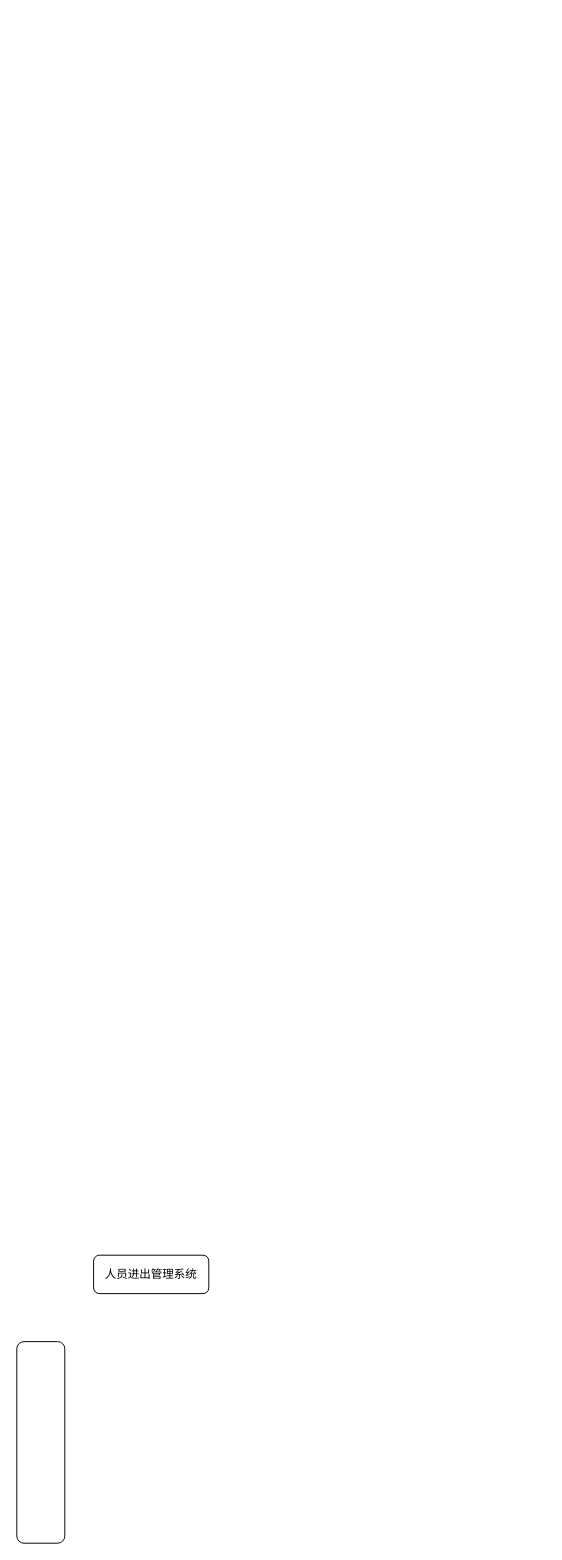
The draw.io diagram 校园人员进出管理系统.drawio in redcomet88/DRAW, before the edit. Source tidied: cells renumbered, new cells numbered last; positions are measured from the earlier drawing's top-left corner, leaving out a move shared by most shapes. Both pictures are drawn from the tidied source at 96%, with x=0, y=0 at pixel (16, 1255).
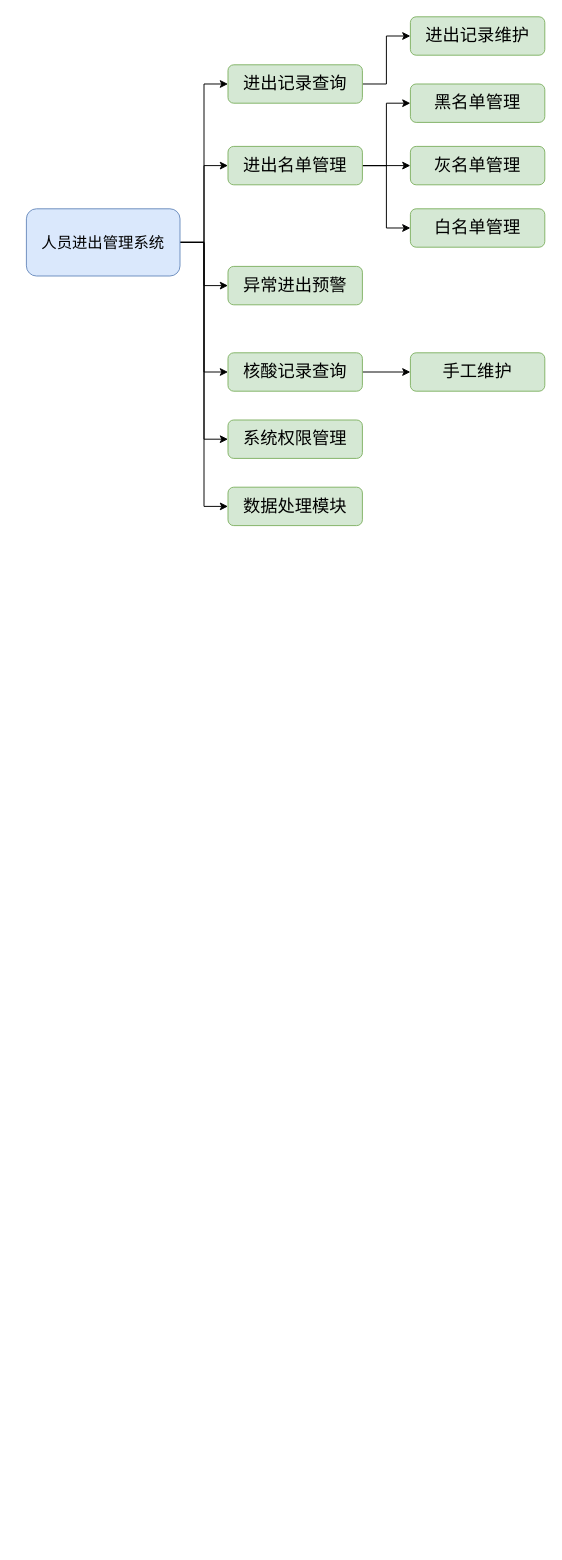
The same diagram, later.

Commit message (it also covers changes not shown here):
Update 校园人员进出管理系统.drawio

The edit, as a diff of the source:
```diff
@@
+    <mxCell id="4" style="edgeStyle=orthogonalEdgeStyle;rounded=0;jettySize=auto;html=1;exitX=1;exitY=0.5;exitDx=0;exitDy=0;entryX=0;entryY=0.5;entryDx=0;entryDy=0;fontSize=18;" parent="1" edge="1" source="2" target="3">
+      <mxGeometry relative="1" as="geometry" />
+    </mxCell>
+    <mxCell id="5" style="edgeStyle=orthogonalEdgeStyle;rounded=0;jettySize=auto;html=1;exitX=1;exitY=0.5;exitDx=0;exitDy=0;entryX=0;entryY=0.5;entryDx=0;entryDy=0;fontSize=18;" parent="1" edge="1" source="2" target="15">
+      <mxGeometry relative="1" as="geometry" />
+    </mxCell>
+    <mxCell id="6" style="edgeStyle=orthogonalEdgeStyle;rounded=0;jettySize=auto;html=1;exitX=1;exitY=0.5;exitDx=0;exitDy=0;entryX=0;entryY=0.5;entryDx=0;entryDy=0;fontSize=18;" parent="1" edge="1" source="2" target="16">
+      <mxGeometry relative="1" as="geometry" />
+    </mxCell>
+    <mxCell id="7" style="edgeStyle=orthogonalEdgeStyle;rounded=0;jettySize=auto;html=1;exitX=1;exitY=0.5;exitDx=0;exitDy=0;entryX=0;entryY=0.5;entryDx=0;entryDy=0;fontSize=18;" parent="1" edge="1" source="2" target="21">
+      <mxGeometry relative="1" as="geometry" />
+    </mxCell>
+    <mxCell id="8" style="edgeStyle=orthogonalEdgeStyle;rounded=0;jettySize=auto;html=1;exitX=1;exitY=0.5;exitDx=0;exitDy=0;entryX=0;entryY=0.5;entryDx=0;entryDy=0;fontSize=18;" parent="1" edge="1" source="2" target="22">
+      <mxGeometry relative="1" as="geometry" />
+    </mxCell>
+    <mxCell id="9" style="edgeStyle=orthogonalEdgeStyle;rounded=0;jettySize=auto;html=1;exitX=1;exitY=0.5;exitDx=0;exitDy=0;entryX=0;entryY=0.5;entryDx=0;entryDy=0;fontSize=18;" parent="1" edge="1" source="2" target="24">
+      <mxGeometry relative="1" as="geometry" />
+    </mxCell>
-    <mxCell id="2" value="人员进出管理系统" style="rounded=1;whiteSpace=wrap;html=1;" parent="1" vertex="1">
-      <mxGeometry x="80" width="120" height="40" as="geometry" />
+    <mxCell id="2" value="人员进出管理系统" style="rounded=1;whiteSpace=wrap;html=1;fontSize=16;fillColor=#dae8fc;strokeColor=#6c8ebf;" parent="1" vertex="1">
+      <mxGeometry x="10" y="-1090" width="160" height="70" as="geometry" />
     </mxCell>
+    <mxCell id="10" style="edgeStyle=orthogonalEdgeStyle;rounded=0;jettySize=auto;html=1;exitX=1;exitY=0.5;exitDx=0;exitDy=0;entryX=0;entryY=0.5;entryDx=0;entryDy=0;fontSize=18;" parent="1" edge="1" source="3" target="11">
+      <mxGeometry relative="1" as="geometry" />
+    </mxCell>
-    <mxCell id="3" style="rounded=1;whiteSpace=wrap;html=1;" parent="1" vertex="1">
-      <mxGeometry y="90" width="50" height="210" as="geometry" />
+    <mxCell id="3" value="进出记录查询" style="rounded=1;whiteSpace=wrap;html=1;fontSize=18;fillColor=#d5e8d4;strokeColor=#82b366;" parent="1" vertex="1">
+      <mxGeometry x="220" y="-1240" width="140" height="40" as="geometry" />
     </mxCell>
+    <mxCell id="11" value="进出记录维护" style="rounded=1;whiteSpace=wrap;html=1;fontSize=18;fillColor=#d5e8d4;strokeColor=#82b366;" parent="1" vertex="1">
+      <mxGeometry x="410" y="-1290" width="140" height="40" as="geometry" />
+    </mxCell>
+    <mxCell id="12" style="edgeStyle=orthogonalEdgeStyle;rounded=0;jettySize=auto;html=1;exitX=1;exitY=0.5;exitDx=0;exitDy=0;entryX=0;entryY=0.5;entryDx=0;entryDy=0;fontSize=18;" parent="1" edge="1" source="15" target="18">
+      <mxGeometry relative="1" as="geometry" />
+    </mxCell>
+    <mxCell id="13" style="edgeStyle=orthogonalEdgeStyle;rounded=0;jettySize=auto;html=1;exitX=1;exitY=0.5;exitDx=0;exitDy=0;entryX=0;entryY=0.5;entryDx=0;entryDy=0;fontSize=18;" parent="1" edge="1" source="15" target="17">
+      <mxGeometry relative="1" as="geometry" />
+    </mxCell>
+    <mxCell id="14" style="edgeStyle=orthogonalEdgeStyle;rounded=0;jettySize=auto;html=1;exitX=1;exitY=0.5;exitDx=0;exitDy=0;entryX=0;entryY=0.5;entryDx=0;entryDy=0;fontSize=18;" parent="1" edge="1" source="15" target="19">
+      <mxGeometry relative="1" as="geometry" />
+    </mxCell>
+    <mxCell id="15" value="进出名单管理" style="rounded=1;whiteSpace=wrap;html=1;fontSize=18;fillColor=#d5e8d4;strokeColor=#82b366;" parent="1" vertex="1">
+      <mxGeometry x="220" y="-1155" width="140" height="40" as="geometry" />
+    </mxCell>
+    <mxCell id="16" value="系统权限管理" style="rounded=1;whiteSpace=wrap;html=1;fontSize=18;fillColor=#d5e8d4;strokeColor=#82b366;" parent="1" vertex="1">
+      <mxGeometry x="220" y="-870" width="140" height="40" as="geometry" />
+    </mxCell>
+    <mxCell id="17" value="黑名单管理" style="rounded=1;whiteSpace=wrap;html=1;fontSize=18;fillColor=#d5e8d4;strokeColor=#82b366;" parent="1" vertex="1">
+      <mxGeometry x="410" y="-1220" width="140" height="40" as="geometry" />
+    </mxCell>
+    <mxCell id="18" value="灰名单管理" style="rounded=1;whiteSpace=wrap;html=1;fontSize=18;fillColor=#d5e8d4;strokeColor=#82b366;" parent="1" vertex="1">
+      <mxGeometry x="410" y="-1155" width="140" height="40" as="geometry" />
+    </mxCell>
+    <mxCell id="19" value="白名单管理" style="rounded=1;whiteSpace=wrap;html=1;fontSize=18;fillColor=#d5e8d4;strokeColor=#82b366;" parent="1" vertex="1">
+      <mxGeometry x="410" y="-1090" width="140" height="40" as="geometry" />
+    </mxCell>
+    <mxCell id="20" style="edgeStyle=orthogonalEdgeStyle;rounded=0;jettySize=auto;html=1;exitX=1;exitY=0.5;exitDx=0;exitDy=0;entryX=0;entryY=0.5;entryDx=0;entryDy=0;fontSize=18;" parent="1" edge="1" source="21" target="23">
+      <mxGeometry relative="1" as="geometry" />
+    </mxCell>
+    <mxCell id="21" value="核酸记录查询" style="rounded=1;whiteSpace=wrap;html=1;fontSize=18;fillColor=#d5e8d4;strokeColor=#82b366;" parent="1" vertex="1">
+      <mxGeometry x="220" y="-940" width="140" height="40" as="geometry" />
+    </mxCell>
+    <mxCell id="22" value="异常进出预警" style="rounded=1;whiteSpace=wrap;html=1;fontSize=18;fillColor=#d5e8d4;strokeColor=#82b366;" parent="1" vertex="1">
+      <mxGeometry x="220" y="-1030" width="140" height="40" as="geometry" />
+    </mxCell>
+    <mxCell id="23" value="手工维护" style="rounded=1;whiteSpace=wrap;html=1;fontSize=18;fillColor=#d5e8d4;strokeColor=#82b366;" parent="1" vertex="1">
+      <mxGeometry x="410" y="-940" width="140" height="40" as="geometry" />
+    </mxCell>
+    <mxCell id="24" value="数据处理模块" style="rounded=1;whiteSpace=wrap;html=1;fontSize=18;fillColor=#d5e8d4;strokeColor=#82b366;" parent="1" vertex="1">
+      <mxGeometry x="220" y="-800" width="140" height="40" as="geometry" />
+    </mxCell>
```
